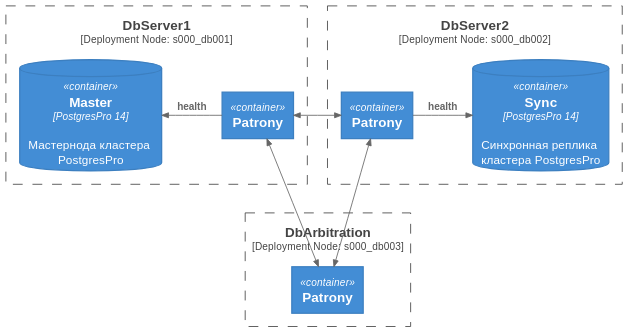
Above: svg/Postgres.svg in gGerret/otus-project (PlantUML), before the change.
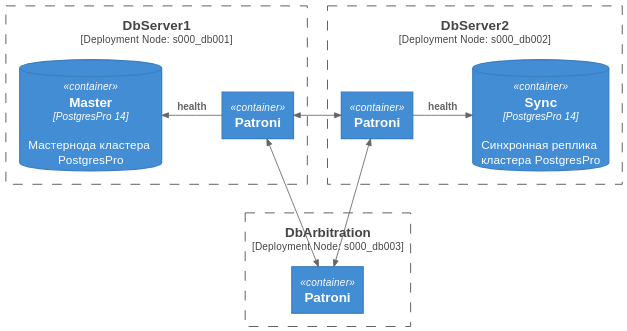
Later version of the same file.

Commit message:
fix patroni name

What changed in the source:
```diff
@@ -4,23 +4,23 @@
 
 Boundary(dbnode1, "DbServer1", "Deployment Node: s000_db001") {
     ContainerDb(master, "Master", "PostgresPro 14", "Мастернода кластера PostgresPro")
-    Container(patrony1, "Patrony", "", "")
-    Rel_L(patrony1, master, "health")
-    Lay_L(patrony1, master)
+    Container(patroni1, "Patroni", "", "")
+    Rel_L(patroni1, master, "health")
+    Lay_L(patroni1, master)
 }
 
 Boundary(dbnode2, "DbServer2", "Deployment Node: s000_db002") {
-    Container(patrony2, "Patrony", "", "")
+    Container(patroni2, "Patroni", "", "")
     ContainerDb(sync, "Sync", "PostgresPro 14", "Синхронная реплика кластера PostgresPro")
-    Rel_R(patrony2, sync, "health")
-    Lay_R(patrony2, sync)
+    Rel_R(patroni2, sync, "health")
+    Lay_R(patroni2, sync)
 }
 
 Boundary(dbnode3, "DbArbitration", "Deployment Node: s000_db003") {
-    Container(patrony3, "Patrony", "", "")
+    Container(patroni3, "Patroni", "", "")
 }
-BiRel_L(patrony3, patrony1, "")
-BiRel_L(patrony1, patrony2, "")
-BiRel(patrony2, patrony3, "")
+BiRel_L(patroni3, patroni1, "")
+BiRel_L(patroni1, patroni2, "")
+BiRel(patroni2, patroni3, "")
 
 @enduml
```
